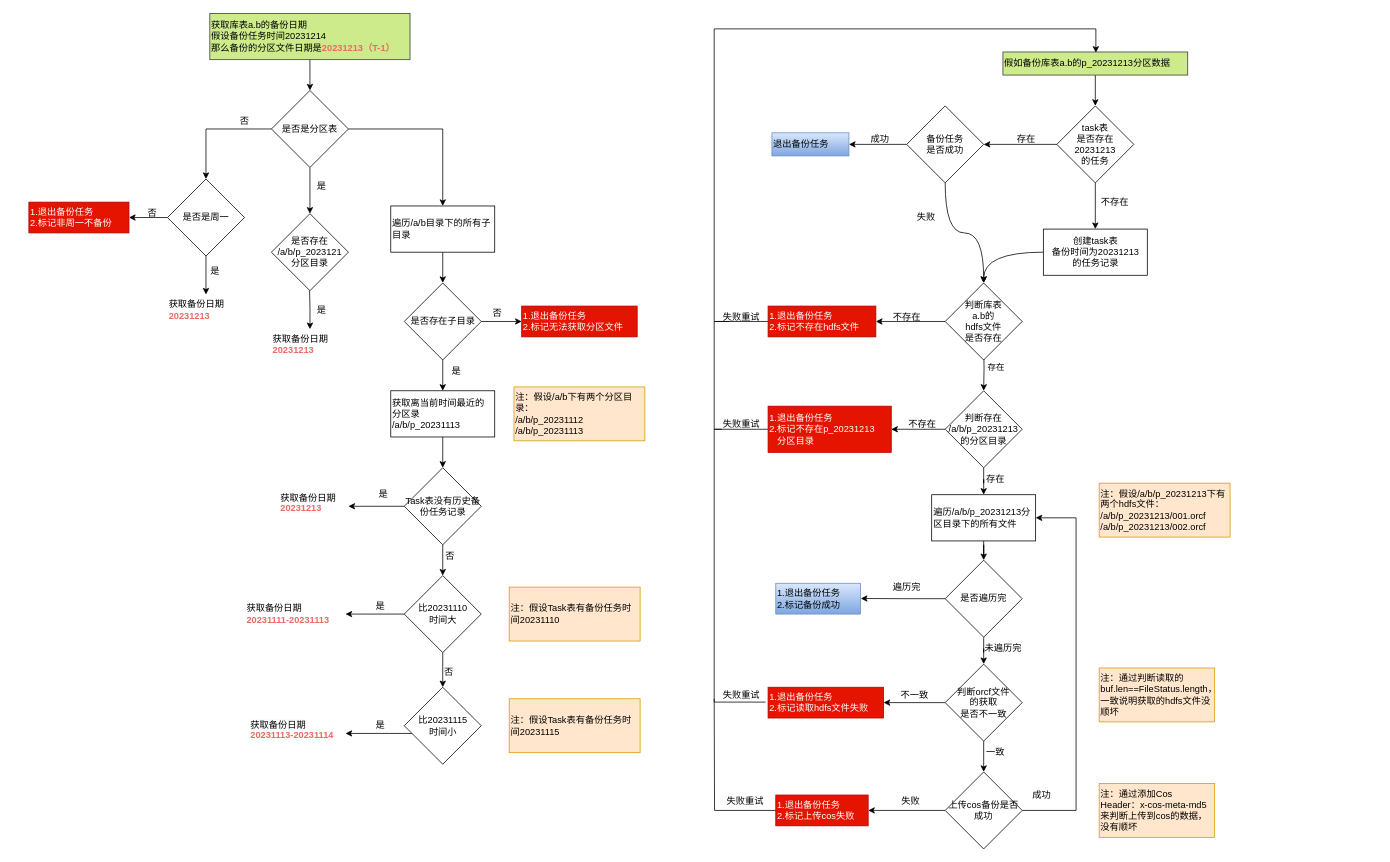
milanyangbo/embedded-tidb keeps this draw.io diagram as src/main/resources/work.drawio. Above is the earlier version. Source tidied: cells renumbered, new cells numbered last; positions are measured from the earlier drawing's top-left corner, leaving out a move shared by most shapes. Both pictures are drawn from the tidied source at 77%, with x=0, y=0 at pixel (28, 13).
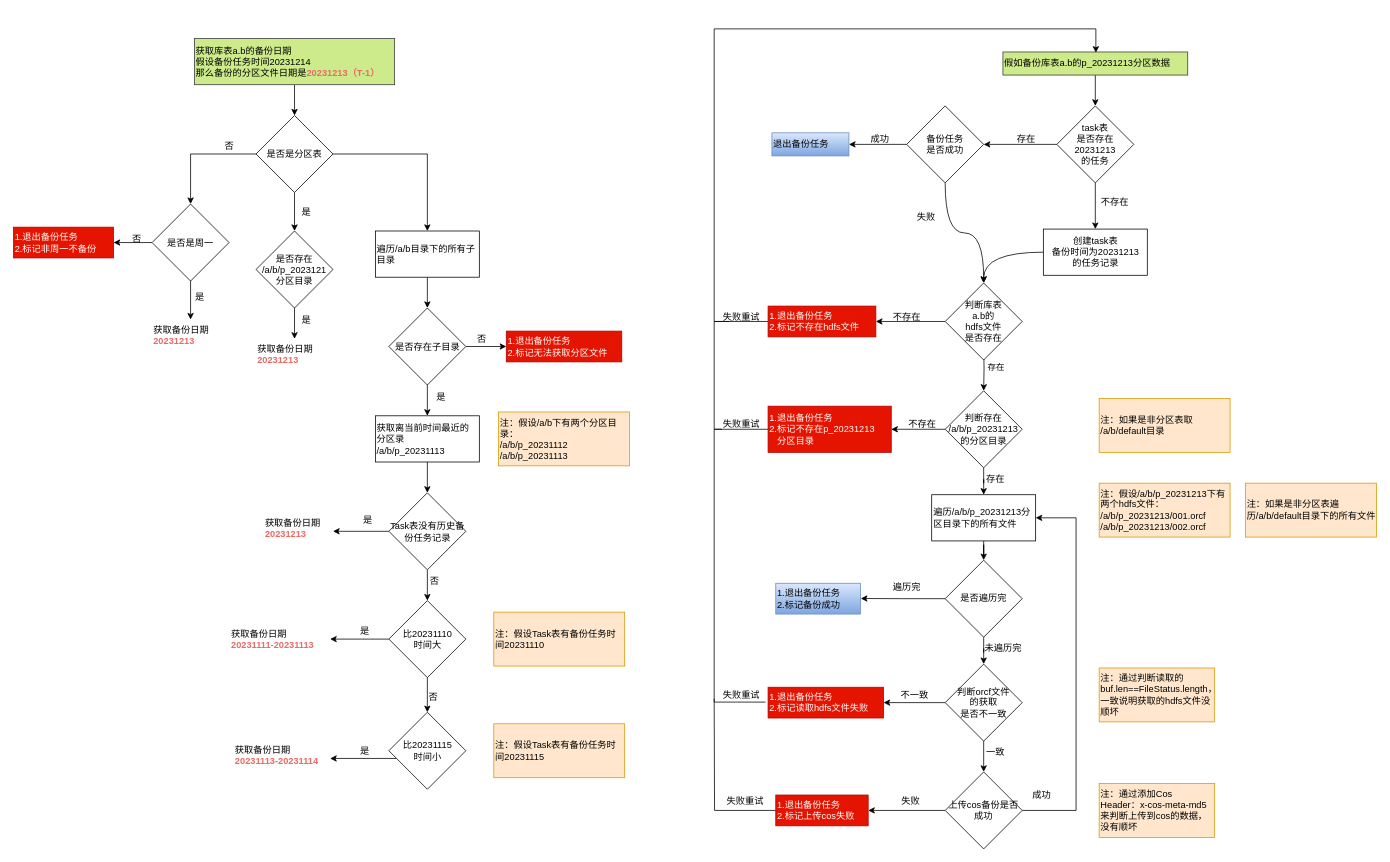
The same page after the edit.

The edit, as a diff of the source:
```diff
@@
     <mxCell id="61" value="获取库表a.b的备份日期&lt;br&gt;假设备份任务时间20231214&lt;br&gt;那么备份的分区文件日期是&lt;font color=&quot;#ea6b66&quot;&gt;&lt;b&gt;20231213（T-1）&lt;/b&gt;&lt;/font&gt;" style="text;html=1;align=left;verticalAlign=middle;points=[];strokeColor=#36393d;fillColor=#cdeb8b;" parent="1" vertex="1">
-      <mxGeometry x="235" width="260" height="60" as="geometry" />
+      <mxGeometry x="215" y="32.5" width="260" height="60" as="geometry" />
     </mxCell>
@@
     <mxCell id="65" value="是否是分区表" style="rhombus;whiteSpace=wrap;html=1;" parent="1" vertex="1">
-      <mxGeometry x="315" y="100" width="100" height="100" as="geometry" />
+      <mxGeometry x="295" y="132.5" width="100" height="100" as="geometry" />
     </mxCell>
@@
     <mxCell id="68" value="是否是周一" style="rhombus;whiteSpace=wrap;html=1;" parent="1" vertex="1">
-      <mxGeometry x="180" y="215" width="100" height="100" as="geometry" />
+      <mxGeometry x="160" y="247.5" width="100" height="100" as="geometry" />
     </mxCell>
     <mxCell id="69" value="获取备份日期&lt;br&gt;&lt;b style=&quot;--tw-border-spacing-x: 0; --tw-border-spacing-y: 0; --tw-translate-x: 0; --tw-translate-y: 0; --tw-rotate: 0; --tw-skew-x: 0; --tw-skew-y: 0; --tw-scale-x: 1; --tw-scale-y: 1; --tw-pan-x: ; --tw-pan-y: ; --tw-pinch-zoom: ; --tw-scroll-snap-strictness: proximity; --tw-gradient-from-position: ; --tw-gradient-via-position: ; --tw-gradient-to-position: ; --tw-ordinal: ; --tw-slashed-zero: ; --tw-numeric-figure: ; --tw-numeric-spacing: ; --tw-numeric-fraction: ; --tw-ring-inset: ; --tw-ring-offset-width: 0px; --tw-ring-offset-color: #fff; --tw-ring-color: rgb(59 130 246 / .5); --tw-ring-offset-shadow: 0 0 #0000; --tw-ring-shadow: 0 0 #0000; --tw-shadow: 0 0 #0000; --tw-shadow-colored: 0 0 #0000; --tw-blur: ; --tw-brightness: ; --tw-contrast: ; --tw-grayscale: ; --tw-hue-rotate: ; --tw-invert: ; --tw-saturate: ; --tw-sepia: ; --tw-drop-shadow: ; --tw-backdrop-blur: ; --tw-backdrop-brightness: ; --tw-backdrop-contrast: ; --tw-backdrop-grayscale: ; --tw-backdrop-hue-rotate: ; --tw-backdrop-invert: ; --tw-backdrop-opacity: ; --tw-backdrop-saturate: ; --tw-backdrop-sepia: ; border-color: var(--border-color); color: rgb(234, 107, 102);&quot;&gt;20231213&lt;/b&gt;" style="text;html=1;align=left;verticalAlign=middle;points=[];strokeColor=none;fillColor=none;" parent="1" vertex="1">
-      <mxGeometry x="180" y="365" width="100" height="40" as="geometry" />
+      <mxGeometry x="160" y="397.5" width="100" height="40" as="geometry" />
     </mxCell>
     <mxCell id="70" value="否" style="text;html=1;align=center;verticalAlign=middle;strokeColor=none;fillColor=none;" parent="1" vertex="1">
-      <mxGeometry x="260" y="125" width="40" height="30" as="geometry" />
+      <mxGeometry x="240" y="157.5" width="40" height="30" as="geometry" />
     </mxCell>
     <mxCell id="71" value="&amp;nbsp;是" style="text;html=1;align=center;verticalAlign=middle;strokeColor=none;fillColor=none;" parent="1" vertex="1">
-      <mxGeometry x="220" y="320" width="40" height="30" as="geometry" />
+      <mxGeometry x="200" y="352.5" width="40" height="30" as="geometry" />
     </mxCell>
     <mxCell id="72" value="1.退出备份任务&lt;br&gt;2.标记非周一不备份" style="text;html=1;align=left;verticalAlign=middle;points=[];strokeColor=#B20000;fillColor=#e51400;fontColor=#ffffff;" parent="1" vertex="1">
-      <mxGeometry y="245" width="130" height="40" as="geometry" />
+      <mxGeometry x="-20" y="277.5" width="130" height="40" as="geometry" />
     </mxCell>
     <mxCell id="73" value="否" style="text;html=1;align=center;verticalAlign=middle;strokeColor=none;fillColor=none;" parent="1" vertex="1">
-      <mxGeometry x="140" y="245" width="40" height="30" as="geometry" />
+      <mxGeometry x="120" y="277.5" width="40" height="30" as="geometry" />
     </mxCell>
+    <mxCell id="109" style="edgeStyle=orthogonalEdgeStyle;rounded=0;jettySize=auto;html=1;" parent="1" edge="1" source="74" target="77">
+      <mxGeometry relative="1" as="geometry" />
+    </mxCell>
     <mxCell id="74" value="是否存在&lt;br&gt;/a/b/p_2023121&lt;br&gt;分区目录" style="rhombus;whiteSpace=wrap;html=1;" parent="1" vertex="1">
-      <mxGeometry x="315" y="260" width="100" height="100" as="geometry" />
+      <mxGeometry x="295" y="282.5" width="100" height="100" as="geometry" />
     </mxCell>
     <mxCell id="75" value="是" style="text;html=1;align=center;verticalAlign=middle;strokeColor=none;fillColor=none;" parent="1" vertex="1">
-      <mxGeometry x="360" y="210" width="40" height="30" as="geometry" />
+      <mxGeometry x="340" y="242.5" width="40" height="30" as="geometry" />
     </mxCell>
-    <mxCell id="76" style="edgeStyle=orthogonalEdgeStyle;rounded=0;jettySize=auto;html=1;" parent="1" edge="1" target="77">
-      <mxGeometry relative="1" as="geometry">
-        <mxPoint x="364.6" y="360" as="sourcePoint" />
-      </mxGeometry>
-    </mxCell>
     <mxCell id="77" value="获取备份日期&lt;br&gt;&lt;b style=&quot;--tw-border-spacing-x: 0; --tw-border-spacing-y: 0; --tw-translate-x: 0; --tw-translate-y: 0; --tw-rotate: 0; --tw-skew-x: 0; --tw-skew-y: 0; --tw-scale-x: 1; --tw-scale-y: 1; --tw-pan-x: ; --tw-pan-y: ; --tw-pinch-zoom: ; --tw-scroll-snap-strictness: proximity; --tw-gradient-from-position: ; --tw-gradient-via-position: ; --tw-gradient-to-position: ; --tw-ordinal: ; --tw-slashed-zero: ; --tw-numeric-figure: ; --tw-numeric-spacing: ; --tw-numeric-fraction: ; --tw-ring-inset: ; --tw-ring-offset-width: 0px; --tw-ring-offset-color: #fff; --tw-ring-color: rgb(59 130 246 / .5); --tw-ring-offset-shadow: 0 0 #0000; --tw-ring-shadow: 0 0 #0000; --tw-shadow: 0 0 #0000; --tw-shadow-colored: 0 0 #0000; --tw-blur: ; --tw-brightness: ; --tw-contrast: ; --tw-grayscale: ; --tw-hue-rotate: ; --tw-invert: ; --tw-saturate: ; --tw-sepia: ; --tw-drop-shadow: ; --tw-backdrop-blur: ; --tw-backdrop-brightness: ; --tw-backdrop-contrast: ; --tw-backdrop-grayscale: ; --tw-backdrop-hue-rotate: ; --tw-backdrop-invert: ; --tw-backdrop-opacity: ; --tw-backdrop-saturate: ; --tw-backdrop-sepia: ; border-color: var(--border-color); color: rgb(234, 107, 102);&quot;&gt;20231213&lt;/b&gt;" style="text;html=1;align=left;verticalAlign=middle;points=[];strokeColor=none;fillColor=none;" parent="1" vertex="1">
-      <mxGeometry x="315" y="410" width="100" height="40" as="geometry" />
+      <mxGeometry x="295" y="422.5" width="100" height="40" as="geometry" />
     </mxCell>
     <mxCell id="78" value="是" style="text;html=1;align=center;verticalAlign=middle;strokeColor=none;fillColor=none;" parent="1" vertex="1">
-      <mxGeometry x="360" y="370" width="40" height="30" as="geometry" />
+      <mxGeometry x="340" y="382.5" width="40" height="30" as="geometry" />
     </mxCell>
@@
     <mxCell id="80" value="遍历/a/b目录下的所有子目录" style="rounded=0;whiteSpace=wrap;html=1;align=left;" parent="1" vertex="1">
-      <mxGeometry x="470" y="250" width="135" height="60" as="geometry" />
+      <mxGeometry x="450" y="282.5" width="135" height="60" as="geometry" />
     </mxCell>
@@
     <mxCell id="83" value="是否存在子目录" style="rhombus;whiteSpace=wrap;html=1;" parent="1" vertex="1">
-      <mxGeometry x="487.5" y="350" width="100" height="100" as="geometry" />
+      <mxGeometry x="467.5" y="382.5" width="100" height="100" as="geometry" />
     </mxCell>
     <mxCell id="84" value="1.退出备份任务&lt;br&gt;2.标记无法获取分区文件" style="text;html=1;align=left;verticalAlign=middle;points=[];strokeColor=#B20000;fillColor=#e51400;fontColor=#ffffff;" parent="1" vertex="1">
-      <mxGeometry x="640" y="380" width="150" height="40" as="geometry" />
+      <mxGeometry x="620" y="412.5" width="150" height="40" as="geometry" />
     </mxCell>
     <mxCell id="85" value="否" style="text;html=1;align=center;verticalAlign=middle;strokeColor=none;fillColor=none;" parent="1" vertex="1">
-      <mxGeometry x="587.5" y="375" width="40" height="30" as="geometry" />
+      <mxGeometry x="567.5" y="407.5" width="40" height="30" as="geometry" />
     </mxCell>
@@
     <mxCell id="87" value="获取离当前时间最近的&lt;br&gt;分区录&lt;br&gt;/a/b/p_20231113" style="rounded=0;whiteSpace=wrap;html=1;align=left;" parent="1" vertex="1">
-      <mxGeometry x="470" y="490" width="135" height="60" as="geometry" />
+      <mxGeometry x="450" y="522.5" width="135" height="60" as="geometry" />
     </mxCell>
     <mxCell id="88" value="注：假设/a/b下有两个分区目录：&lt;br&gt;/a/b/p_20231112&lt;br&gt;/a/b/p_20231113" style="rounded=0;whiteSpace=wrap;html=1;align=left;fillColor=#ffe6cc;strokeColor=#d79b00;" parent="1" vertex="1">
-      <mxGeometry x="630" y="485" width="170" height="70" as="geometry" />
+      <mxGeometry x="610" y="517.5" width="170" height="70" as="geometry" />
     </mxCell>
@@
     <mxCell id="91" value="比20231110&lt;br&gt;时间大" style="rhombus;whiteSpace=wrap;html=1;" parent="1" vertex="1">
-      <mxGeometry x="487.5" y="730" width="100" height="100" as="geometry" />
+      <mxGeometry x="467.5" y="762.5" width="100" height="100" as="geometry" />
     </mxCell>
     <mxCell id="92" value="注：假设Task表有备份任务时间20231110" style="rounded=0;whiteSpace=wrap;html=1;align=left;fillColor=#ffe6cc;strokeColor=#d79b00;" parent="1" vertex="1">
-      <mxGeometry x="623.8" y="745" width="170" height="70" as="geometry" />
+      <mxGeometry x="603.8" y="777.5" width="170" height="70" as="geometry" />
     </mxCell>
     <mxCell id="93" value="获取备份日期&lt;br&gt;&lt;b style=&quot;--tw-border-spacing-x: 0; --tw-border-spacing-y: 0; --tw-translate-x: 0; --tw-translate-y: 0; --tw-rotate: 0; --tw-skew-x: 0; --tw-skew-y: 0; --tw-scale-x: 1; --tw-scale-y: 1; --tw-pan-x: ; --tw-pan-y: ; --tw-pinch-zoom: ; --tw-scroll-snap-strictness: proximity; --tw-gradient-from-position: ; --tw-gradient-via-position: ; --tw-gradient-to-position: ; --tw-ordinal: ; --tw-slashed-zero: ; --tw-numeric-figure: ; --tw-numeric-spacing: ; --tw-numeric-fraction: ; --tw-ring-inset: ; --tw-ring-offset-width: 0px; --tw-ring-offset-color: #fff; --tw-ring-color: rgb(59 130 246 / .5); --tw-ring-offset-shadow: 0 0 #0000; --tw-ring-shadow: 0 0 #0000; --tw-shadow: 0 0 #0000; --tw-shadow-colored: 0 0 #0000; --tw-blur: ; --tw-brightness: ; --tw-contrast: ; --tw-grayscale: ; --tw-hue-rotate: ; --tw-invert: ; --tw-saturate: ; --tw-sepia: ; --tw-drop-shadow: ; --tw-backdrop-blur: ; --tw-backdrop-brightness: ; --tw-backdrop-contrast: ; --tw-backdrop-grayscale: ; --tw-backdrop-hue-rotate: ; --tw-backdrop-invert: ; --tw-backdrop-opacity: ; --tw-backdrop-saturate: ; --tw-backdrop-sepia: ; border-color: var(--border-color); color: rgb(234, 107, 102);&quot;&gt;20231111-20231113&lt;/b&gt;" style="text;html=1;align=left;verticalAlign=middle;points=[];strokeColor=none;fillColor=none;" parent="1" vertex="1">
-      <mxGeometry x="281.2" y="760" width="130" height="40" as="geometry" />
+      <mxGeometry x="261.2" y="792.5" width="130" height="40" as="geometry" />
     </mxCell>
     <mxCell id="94" value="是" style="text;html=1;align=center;verticalAlign=middle;strokeColor=none;fillColor=none;" parent="1" vertex="1">
-      <mxGeometry x="436.2" y="755" width="40" height="30" as="geometry" />
+      <mxGeometry x="416.2" y="787.5" width="40" height="30" as="geometry" />
     </mxCell>
     <mxCell id="95" value="是" style="text;html=1;align=center;verticalAlign=middle;strokeColor=none;fillColor=none;" parent="1" vertex="1">
-      <mxGeometry x="535" y="450" width="40" height="30" as="geometry" />
+      <mxGeometry x="515" y="482.5" width="40" height="30" as="geometry" />
     </mxCell>
@@
     <mxCell id="98" value="Task表没有历史备份任务记录" style="rhombus;whiteSpace=wrap;html=1;" parent="1" vertex="1">
-      <mxGeometry x="487.5" y="590" width="100" height="100" as="geometry" />
+      <mxGeometry x="467.5" y="622.5" width="100" height="100" as="geometry" />
     </mxCell>
     <mxCell id="99" value="&lt;span style=&quot;color: rgb(0, 0, 0); font-family: Helvetica; font-size: 12px; font-style: normal; font-variant-ligatures: normal; font-variant-caps: normal; font-weight: 400; letter-spacing: normal; orphans: 2; text-align: center; text-indent: 0px; text-transform: none; widows: 2; word-spacing: 0px; -webkit-text-stroke-width: 0px; background-color: rgb(251, 251, 251); text-decoration-thickness: initial; text-decoration-style: initial; text-decoration-color: initial; float: none; display: inline !important;&quot;&gt;获取备份日期&lt;/span&gt;&lt;br style=&quot;--tw-border-spacing-x: 0; --tw-border-spacing-y: 0; --tw-translate-x: 0; --tw-translate-y: 0; --tw-rotate: 0; --tw-skew-x: 0; --tw-skew-y: 0; --tw-scale-x: 1; --tw-scale-y: 1; --tw-pan-x: ; --tw-pan-y: ; --tw-pinch-zoom: ; --tw-scroll-snap-strictness: proximity; --tw-gradient-from-position: ; --tw-gradient-via-position: ; --tw-gradient-to-position: ; --tw-ordinal: ; --tw-slashed-zero: ; --tw-numeric-figure: ; --tw-numeric-spacing: ; --tw-numeric-fraction: ; --tw-ring-inset: ; --tw-ring-offset-width: 0px; --tw-ring-offset-color: #fff; --tw-ring-color: rgb(59 130 246 / .5); --tw-ring-offset-shadow: 0 0 #0000; --tw-ring-shadow: 0 0 #0000; --tw-shadow: 0 0 #0000; --tw-shadow-colored: 0 0 #0000; --tw-blur: ; --tw-brightness: ; --tw-contrast: ; --tw-grayscale: ; --tw-hue-rotate: ; --tw-invert: ; --tw-saturate: ; --tw-sepia: ; --tw-drop-shadow: ; --tw-backdrop-blur: ; --tw-backdrop-brightness: ; --tw-backdrop-contrast: ; --tw-backdrop-grayscale: ; --tw-backdrop-hue-rotate: ; --tw-backdrop-invert: ; --tw-backdrop-opacity: ; --tw-backdrop-saturate: ; --tw-backdrop-sepia: ; border-color: var(--border-color); color: rgb(0, 0, 0); font-family: Helvetica; font-size: 12px; font-style: normal; font-variant-ligatures: normal; font-variant-caps: normal; font-weight: 400; letter-spacing: normal; orphans: 2; text-align: center; text-indent: 0px; text-transform: none; widows: 2; word-spacing: 0px; -webkit-text-stroke-width: 0px; background-color: rgb(251, 251, 251); text-decoration-thickness: initial; text-decoration-style: initial; text-decoration-color: initial;&quot;&gt;&lt;b style=&quot;--tw-border-spacing-x: 0; --tw-border-spacing-y: 0; --tw-translate-x: 0; --tw-translate-y: 0; --tw-rotate: 0; --tw-skew-x: 0; --tw-skew-y: 0; --tw-scale-x: 1; --tw-scale-y: 1; --tw-pan-x: ; --tw-pan-y: ; --tw-pinch-zoom: ; --tw-scroll-snap-strictness: proximity; --tw-gradient-from-position: ; --tw-gradient-via-position: ; --tw-gradient-to-position: ; --tw-ordinal: ; --tw-slashed-zero: ; --tw-numeric-figure: ; --tw-numeric-spacing: ; --tw-numeric-fraction: ; --tw-ring-inset: ; --tw-ring-offset-width: 0px; --tw-ring-offset-color: #fff; --tw-ring-color: rgb(59 130 246 / .5); --tw-ring-offset-shadow: 0 0 #0000; --tw-ring-shadow: 0 0 #0000; --tw-shadow: 0 0 #0000; --tw-shadow-colored: 0 0 #0000; --tw-blur: ; --tw-brightness: ; --tw-contrast: ; --tw-grayscale: ; --tw-hue-rotate: ; --tw-invert: ; --tw-saturate: ; --tw-sepia: ; --tw-drop-shadow: ; --tw-backdrop-blur: ; --tw-backdrop-brightness: ; --tw-backdrop-contrast: ; --tw-backdrop-grayscale: ; --tw-backdrop-hue-rotate: ; --tw-backdrop-invert: ; --tw-backdrop-opacity: ; --tw-backdrop-saturate: ; --tw-backdrop-sepia: ; border-color: var(--border-color); font-family: Helvetica; font-size: 12px; font-style: normal; font-variant-ligatures: normal; font-variant-caps: normal; letter-spacing: normal; orphans: 2; text-indent: 0px; text-transform: none; widows: 2; word-spacing: 0px; -webkit-text-stroke-width: 0px; background-color: rgb(251, 251, 251); text-decoration-thickness: initial; text-decoration-style: initial; text-decoration-color: initial; color: rgb(234, 107, 102); text-align: left;&quot;&gt;20231213&lt;/b&gt;" style="text;whiteSpace=wrap;html=1;" parent="1" vertex="1">
-      <mxGeometry x="325" y="615" width="90" height="50" as="geometry" />
+      <mxGeometry x="305" y="647.5" width="90" height="50" as="geometry" />
     </mxCell>
     <mxCell id="100" value="是" style="text;html=1;align=center;verticalAlign=middle;strokeColor=none;fillColor=none;" parent="1" vertex="1">
-      <mxGeometry x="440" y="610" width="40" height="30" as="geometry" />
+      <mxGeometry x="420" y="642.5" width="40" height="30" as="geometry" />
     </mxCell>
     <mxCell id="101" value="&amp;nbsp;否" style="text;html=1;align=center;verticalAlign=middle;strokeColor=none;fillColor=none;" parent="1" vertex="1">
-      <mxGeometry x="525" y="690" width="40" height="30" as="geometry" />
+      <mxGeometry x="505" y="722.5" width="40" height="30" as="geometry" />
     </mxCell>
     <mxCell id="102" style="edgeStyle=orthogonalEdgeStyle;rounded=0;jettySize=auto;html=1;" parent="1" edge="1" source="103" target="106">
       <mxGeometry relative="1" as="geometry">
         <Array as="points">
-          <mxPoint x="416.2" y="935" />
-          <mxPoint x="416.2" y="935" />
+          <mxPoint x="396.2" y="967.5" />
+          <mxPoint x="396.2" y="967.5" />
         </Array>
       </mxGeometry>
     </mxCell>
     <mxCell id="103" value="比20231115&lt;br&gt;时间小" style="rhombus;whiteSpace=wrap;html=1;" parent="1" vertex="1">
-      <mxGeometry x="487.5" y="875" width="100" height="100" as="geometry" />
+      <mxGeometry x="467.5" y="907.5" width="100" height="100" as="geometry" />
     </mxCell>
     <mxCell id="104" value="注：假设Task表有备份任务时间20231115" style="rounded=0;whiteSpace=wrap;html=1;align=left;fillColor=#ffe6cc;strokeColor=#d79b00;" parent="1" vertex="1">
-      <mxGeometry x="623.8" y="890" width="170" height="70" as="geometry" />
+      <mxGeometry x="603.8" y="922.5" width="170" height="70" as="geometry" />
     </mxCell>
     <mxCell id="105" value="否" style="text;html=1;align=center;verticalAlign=middle;strokeColor=none;fillColor=none;" parent="1" vertex="1">
-      <mxGeometry x="525" y="840" width="40" height="30" as="geometry" />
+      <mxGeometry x="505" y="872.5" width="40" height="30" as="geometry" />
     </mxCell>
     <mxCell id="106" value="&lt;span style=&quot;color: rgb(0, 0, 0); font-family: Helvetica; font-size: 12px; font-style: normal; font-variant-ligatures: normal; font-variant-caps: normal; font-weight: 400; letter-spacing: normal; orphans: 2; text-align: left; text-indent: 0px; text-transform: none; widows: 2; word-spacing: 0px; -webkit-text-stroke-width: 0px; background-color: rgb(251, 251, 251); text-decoration-thickness: initial; text-decoration-style: initial; text-decoration-color: initial; float: none; display: inline !important;&quot;&gt;获取备份日期&lt;/span&gt;&lt;br style=&quot;--tw-border-spacing-x: 0; --tw-border-spacing-y: 0; --tw-translate-x: 0; --tw-translate-y: 0; --tw-rotate: 0; --tw-skew-x: 0; --tw-skew-y: 0; --tw-scale-x: 1; --tw-scale-y: 1; --tw-pan-x: ; --tw-pan-y: ; --tw-pinch-zoom: ; --tw-scroll-snap-strictness: proximity; --tw-gradient-from-position: ; --tw-gradient-via-position: ; --tw-gradient-to-position: ; --tw-ordinal: ; --tw-slashed-zero: ; --tw-numeric-figure: ; --tw-numeric-spacing: ; --tw-numeric-fraction: ; --tw-ring-inset: ; --tw-ring-offset-width: 0px; --tw-ring-offset-color: #fff; --tw-ring-color: rgb(59 130 246 / .5); --tw-ring-offset-shadow: 0 0 #0000; --tw-ring-shadow: 0 0 #0000; --tw-shadow: 0 0 #0000; --tw-shadow-colored: 0 0 #0000; --tw-blur: ; --tw-brightness: ; --tw-contrast: ; --tw-grayscale: ; --tw-hue-rotate: ; --tw-invert: ; --tw-saturate: ; --tw-sepia: ; --tw-drop-shadow: ; --tw-backdrop-blur: ; --tw-backdrop-brightness: ; --tw-backdrop-contrast: ; --tw-backdrop-grayscale: ; --tw-backdrop-hue-rotate: ; --tw-backdrop-invert: ; --tw-backdrop-opacity: ; --tw-backdrop-saturate: ; --tw-backdrop-sepia: ; border-color: var(--border-color); color: rgb(0, 0, 0); font-family: Helvetica; font-size: 12px; font-style: normal; font-variant-ligatures: normal; font-variant-caps: normal; font-weight: 400; letter-spacing: normal; orphans: 2; text-align: left; text-indent: 0px; text-transform: none; widows: 2; word-spacing: 0px; -webkit-text-stroke-width: 0px; background-color: rgb(251, 251, 251); text-decoration-thickness: initial; text-decoration-style: initial; text-decoration-color: initial;&quot;&gt;&lt;b style=&quot;--tw-border-spacing-x: 0; --tw-border-spacing-y: 0; --tw-translate-x: 0; --tw-translate-y: 0; --tw-rotate: 0; --tw-skew-x: 0; --tw-skew-y: 0; --tw-scale-x: 1; --tw-scale-y: 1; --tw-pan-x: ; --tw-pan-y: ; --tw-pinch-zoom: ; --tw-scroll-snap-strictness: proximity; --tw-gradient-from-position: ; --tw-gradient-via-position: ; --tw-gradient-to-position: ; --tw-ordinal: ; --tw-slashed-zero: ; --tw-numeric-figure: ; --tw-numeric-spacing: ; --tw-numeric-fraction: ; --tw-ring-inset: ; --tw-ring-offset-width: 0px; --tw-ring-offset-color: #fff; --tw-ring-color: rgb(59 130 246 / .5); --tw-ring-offset-shadow: 0 0 #0000; --tw-ring-shadow: 0 0 #0000; --tw-shadow: 0 0 #0000; --tw-shadow-colored: 0 0 #0000; --tw-blur: ; --tw-brightness: ; --tw-contrast: ; --tw-grayscale: ; --tw-hue-rotate: ; --tw-invert: ; --tw-saturate: ; --tw-sepia: ; --tw-drop-shadow: ; --tw-backdrop-blur: ; --tw-backdrop-brightness: ; --tw-backdrop-contrast: ; --tw-backdrop-grayscale: ; --tw-backdrop-hue-rotate: ; --tw-backdrop-invert: ; --tw-backdrop-opacity: ; --tw-backdrop-saturate: ; --tw-backdrop-sepia: ; border-color: var(--border-color); font-family: Helvetica; font-size: 12px; font-style: normal; font-variant-ligatures: normal; font-variant-caps: normal; letter-spacing: normal; orphans: 2; text-align: left; text-indent: 0px; text-transform: none; widows: 2; word-spacing: 0px; -webkit-text-stroke-width: 0px; background-color: rgb(251, 251, 251); text-decoration-thickness: initial; text-decoration-style: initial; text-decoration-color: initial; color: rgb(234, 107, 102);&quot;&gt;20231113-20231114&lt;/b&gt;" style="text;whiteSpace=wrap;html=1;" parent="1" vertex="1">
-      <mxGeometry x="286.2" y="910" width="125" height="50" as="geometry" />
+      <mxGeometry x="266.2" y="942.5" width="125" height="50" as="geometry" />
     </mxCell>
     <mxCell id="107" value="是" style="text;html=1;align=center;verticalAlign=middle;strokeColor=none;fillColor=none;" parent="1" vertex="1">
-      <mxGeometry x="436.2" y="910" width="40" height="30" as="geometry" />
+      <mxGeometry x="416.2" y="942.5" width="40" height="30" as="geometry" />
     </mxCell>
@@
+    <mxCell id="110" value="注：如果是非分区表取&lt;br&gt;/a/b/default目录" style="rounded=0;whiteSpace=wrap;html=1;align=left;fillColor=#ffe6cc;strokeColor=#d79b00;" parent="1" vertex="1">
+      <mxGeometry x="1390" y="500" width="170" height="70" as="geometry" />
+    </mxCell>
+    <mxCell id="111" value="注：如果是非分区表遍历/a/b/default目录下的所有文件" style="rounded=0;whiteSpace=wrap;html=1;align=left;fillColor=#ffe6cc;strokeColor=#d79b00;" parent="1" vertex="1">
+      <mxGeometry x="1580" y="610" width="170" height="70" as="geometry" />
+    </mxCell>
```
